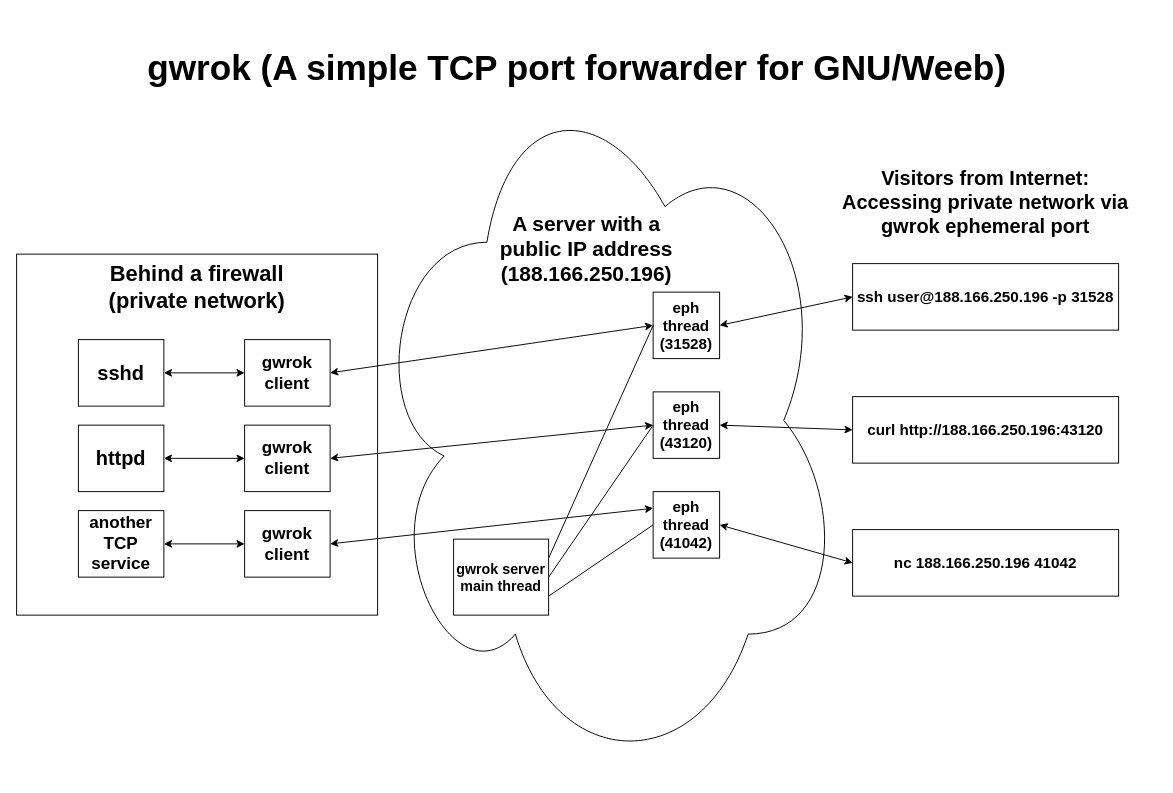
Before: gwrok.drawio in alviroiskandar/gwrok, a draw.io diagram. Source tidied: cells renumbered, new cells numbered last; positions are measured from the earlier drawing's top-left corner, leaving out a move shared by most shapes. Both pictures are drawn from the tidied source at 95%, with x=0, y=0 at pixel (16, 16).
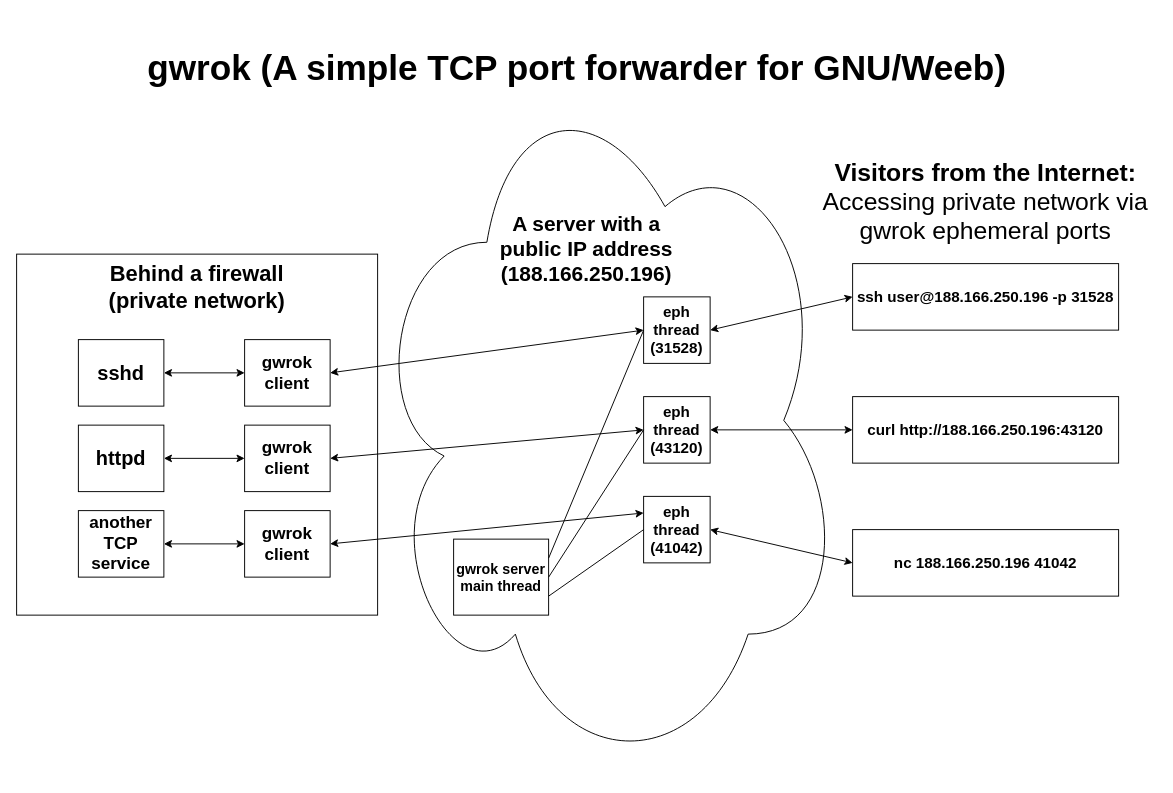
The same page after the edit.

Commit message (it also covers changes not shown here):
gwrok: Update image (just a small trivial clean up)

The edit, as a diff of the source:
```diff
@@
     <mxCell id="3" value="eph&lt;br style=&quot;font-size: 16px;&quot;&gt;thread&lt;br&gt;(31528)" style="whiteSpace=wrap;html=1;fontStyle=1;fontSize=16;" parent="1" vertex="1">
-      <mxGeometry x="670" y="290" width="70" height="70" as="geometry" />
+      <mxGeometry x="660" y="295" width="70" height="70" as="geometry" />
     </mxCell>
@@
     <mxCell id="5" value="eph&lt;br style=&quot;font-size: 16px;&quot;&gt;thread&lt;br&gt;(43120)" style="whiteSpace=wrap;html=1;fontStyle=1;fontSize=16;" parent="1" vertex="1">
-      <mxGeometry x="670" y="395" width="70" height="70" as="geometry" />
+      <mxGeometry x="660" y="400" width="70" height="70" as="geometry" />
     </mxCell>
@@
     <mxCell id="14" value="eph&lt;br style=&quot;font-size: 16px;&quot;&gt;thread&lt;br&gt;(41042)" style="whiteSpace=wrap;html=1;fontStyle=1;fontSize=16;" parent="1" vertex="1">
-      <mxGeometry x="670" y="500" width="70" height="70" as="geometry" />
+      <mxGeometry x="660" y="505" width="70" height="70" as="geometry" />
     </mxCell>
@@
-    <mxCell id="21" value="Visitors from Internet:&lt;br&gt;Accessing private network via gwrok ephemeral port" style="text;html=1;strokeColor=none;fillColor=none;align=center;verticalAlign=middle;whiteSpace=wrap;rounded=0;fontStyle=1;fontSize=21;" parent="1" vertex="1">
-      <mxGeometry x="860" y="150" width="320" height="90" as="geometry" />
+    <mxCell id="21" value="Visitors from the Internet:&lt;br style=&quot;font-size: 26px;&quot;&gt;&lt;font style=&quot;font-size: 26px; font-weight: normal;&quot;&gt;Accessing private network via gwrok ephemeral ports&lt;/font&gt;" style="text;html=1;strokeColor=none;fillColor=none;align=center;verticalAlign=middle;whiteSpace=wrap;rounded=0;fontStyle=1;fontSize=26;" parent="1" vertex="1">
+      <mxGeometry x="840" y="150" width="360" height="90" as="geometry" />
     </mxCell>
```
